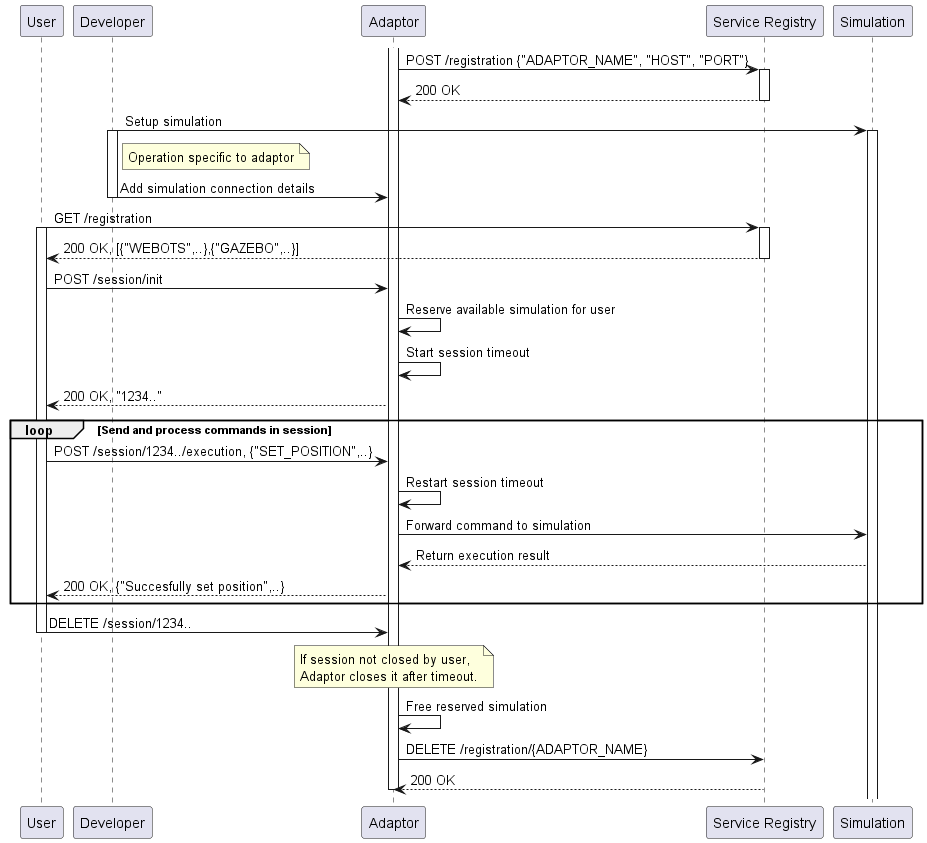
This is adaptor/adaptor-concept.png from jku-swe-simcomp/project-management, a PlantUML export, as it was before one commit.
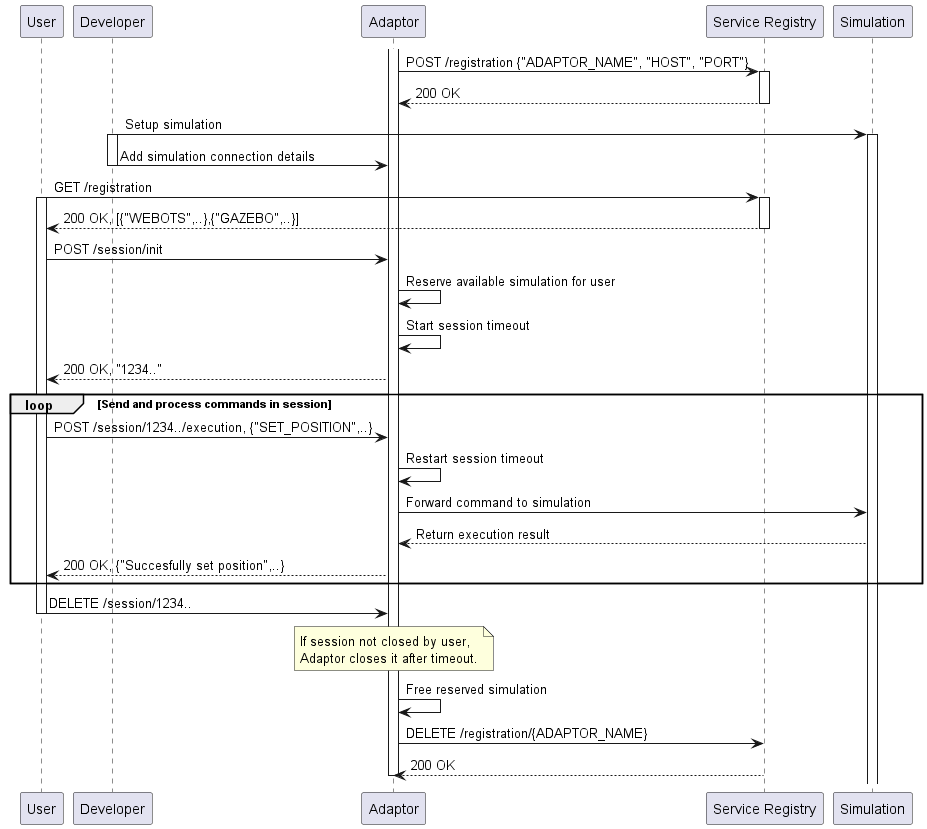
Later version of the same file.

Commit message:
diagram adjustements

Diff of the diagram source:
```diff
@@ -13,7 +13,6 @@
 D -> S: Setup simulation
 activate D
 activate S
-note right of D: Operation specific to adaptor
 D -> A: Add simulation connection details
 deactivate D
 U -> SR: GET /registration
```
